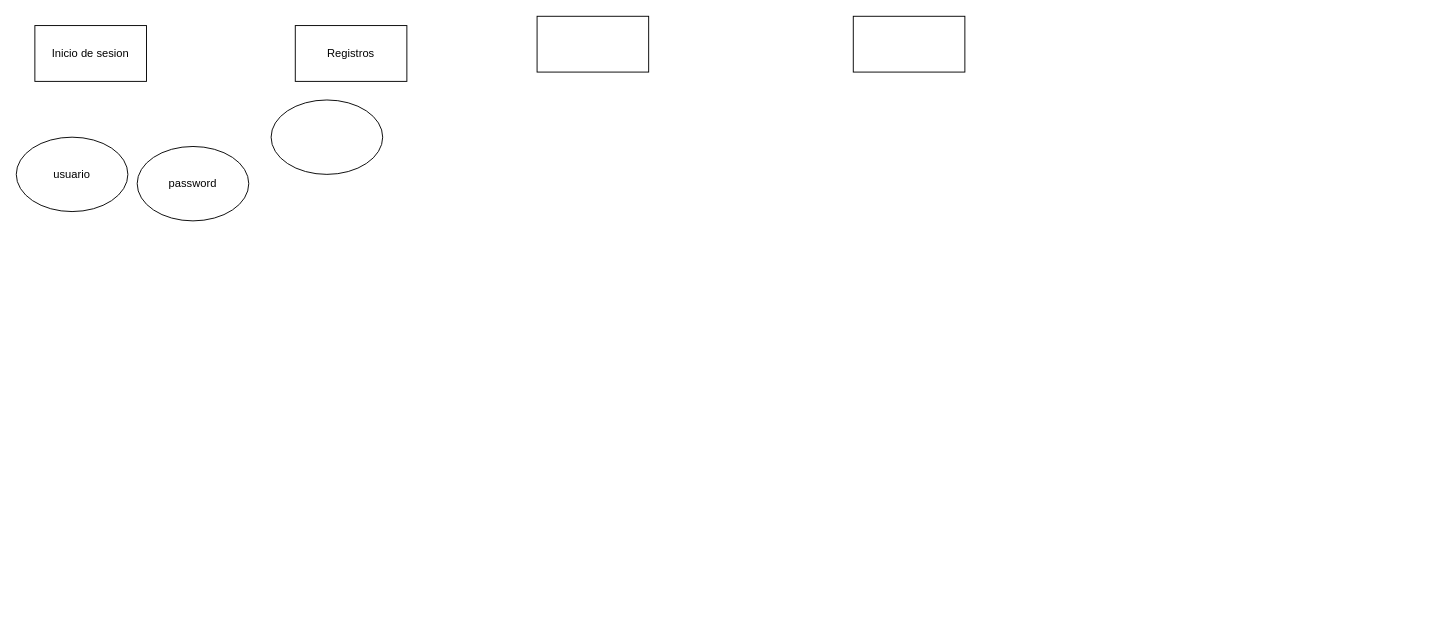
aliciagissell/Proyecto-Estad-as keeps this draw.io diagram as page "Página-1" (1 of 3) of ModeloUML.drawio. Above is the earlier version. Source tidied: cells renumbered, new cells numbered last; positions are measured from the earlier drawing's top-left corner, leaving out a move shared by most shapes. Both pictures are drawn from the tidied source at 93%, with x=0, y=0 at pixel (16, 16).
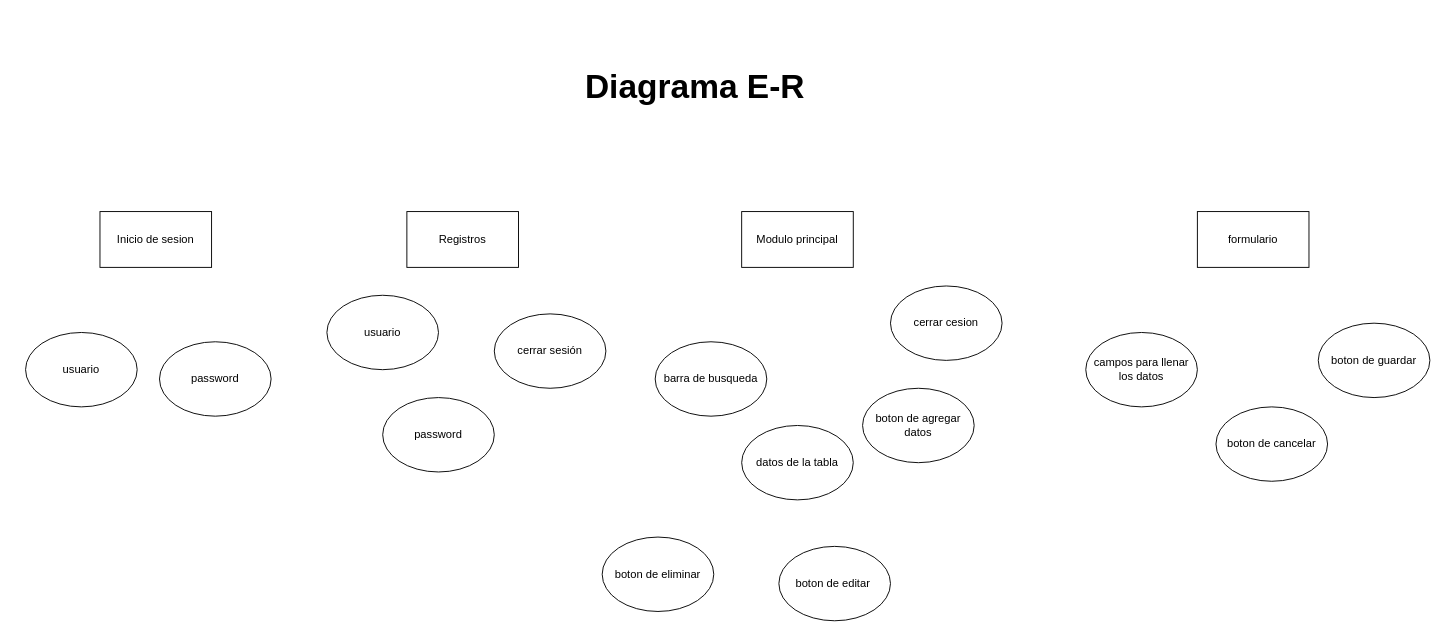
Above is the later version.

The edit, as a diff of the source:
```diff
@@
     <mxCell id="2" value="Inicio de sesion" style="rounded=0;whiteSpace=wrap;html=1;" parent="1" vertex="1">
-      <mxGeometry x="20" y="10" width="120" height="60" as="geometry" />
+      <mxGeometry x="90" y="210" width="120" height="60" as="geometry" />
     </mxCell>
     <mxCell id="3" value="Registros" style="rounded=0;whiteSpace=wrap;html=1;" parent="1" vertex="1">
-      <mxGeometry x="300" y="10" width="120" height="60" as="geometry" />
+      <mxGeometry x="420" y="210" width="120" height="60" as="geometry" />
     </mxCell>
-    <mxCell id="4" style="rounded=0;whiteSpace=wrap;html=1;" parent="1" vertex="1">
-      <mxGeometry x="560" width="120" height="60" as="geometry" />
+    <mxCell id="4" value="Modulo principal" style="rounded=0;whiteSpace=wrap;html=1;" parent="1" vertex="1">
+      <mxGeometry x="780" y="210" width="120" height="60" as="geometry" />
     </mxCell>
-    <mxCell id="5" style="rounded=0;whiteSpace=wrap;html=1;" parent="1" vertex="1">
-      <mxGeometry x="900" width="120" height="60" as="geometry" />
+    <mxCell id="5" value="formulario" style="rounded=0;whiteSpace=wrap;html=1;" parent="1" vertex="1">
+      <mxGeometry x="1270" y="210" width="120" height="60" as="geometry" />
     </mxCell>
     <mxCell id="6" value="usuario" style="ellipse;whiteSpace=wrap;html=1;" parent="1" vertex="1">
-      <mxGeometry y="130" width="120" height="80" as="geometry" />
+      <mxGeometry x="10" y="340" width="120" height="80" as="geometry" />
     </mxCell>
     <mxCell id="7" value="password" style="ellipse;whiteSpace=wrap;html=1;" parent="1" vertex="1">
-      <mxGeometry x="130" y="140" width="120" height="80" as="geometry" />
+      <mxGeometry x="154" y="350" width="120" height="80" as="geometry" />
     </mxCell>
-    <mxCell id="8" style="ellipse;whiteSpace=wrap;html=1;" parent="1" vertex="1">
-      <mxGeometry x="274" y="90" width="120" height="80" as="geometry" />
+    <mxCell id="8" value="usuario" style="ellipse;whiteSpace=wrap;html=1;" parent="1" vertex="1">
+      <mxGeometry x="334" y="300" width="120" height="80" as="geometry" />
     </mxCell>
+    <mxCell id="9" value="password" style="ellipse;whiteSpace=wrap;html=1;" parent="1" vertex="1">
+      <mxGeometry x="394" y="410" width="120" height="80" as="geometry" />
+    </mxCell>
+    <mxCell id="10" value="cerrar sesión" style="ellipse;whiteSpace=wrap;html=1;" parent="1" vertex="1">
+      <mxGeometry x="514" y="320" width="120" height="80" as="geometry" />
+    </mxCell>
+    <mxCell id="11" value="datos de la tabla" style="ellipse;whiteSpace=wrap;html=1;" parent="1" vertex="1">
+      <mxGeometry x="780" y="440" width="120" height="80" as="geometry" />
+    </mxCell>
+    <mxCell id="12" value="barra de busqueda" style="ellipse;whiteSpace=wrap;html=1;" parent="1" vertex="1">
+      <mxGeometry x="687" y="350" width="120" height="80" as="geometry" />
+    </mxCell>
+    <mxCell id="13" value="boton de agregar datos" style="ellipse;whiteSpace=wrap;html=1;" parent="1" vertex="1">
+      <mxGeometry x="910" y="400" width="120" height="80" as="geometry" />
+    </mxCell>
+    <mxCell id="14" value="cerrar cesion" style="ellipse;whiteSpace=wrap;html=1;" parent="1" vertex="1">
+      <mxGeometry x="940" y="290" width="120" height="80" as="geometry" />
+    </mxCell>
+    <mxCell id="15" value="boton de eliminar" style="ellipse;whiteSpace=wrap;html=1;" parent="1" vertex="1">
+      <mxGeometry x="630" y="560" width="120" height="80" as="geometry" />
+    </mxCell>
+    <mxCell id="16" value="boton de editar&amp;nbsp;" style="ellipse;whiteSpace=wrap;html=1;" parent="1" vertex="1">
+      <mxGeometry x="820" y="570" width="120" height="80" as="geometry" />
+    </mxCell>
+    <mxCell id="17" value="campos para llenar los datos" style="ellipse;whiteSpace=wrap;html=1;" parent="1" vertex="1">
+      <mxGeometry x="1150" y="340" width="120" height="80" as="geometry" />
+    </mxCell>
+    <mxCell id="18" value="boton de guardar" style="ellipse;whiteSpace=wrap;html=1;" parent="1" vertex="1">
+      <mxGeometry x="1400" y="330" width="120" height="80" as="geometry" />
+    </mxCell>
+    <mxCell id="19" value="boton de cancelar" style="ellipse;whiteSpace=wrap;html=1;" parent="1" vertex="1">
+      <mxGeometry x="1290" y="420" width="120" height="80" as="geometry" />
+    </mxCell>
+    <mxCell id="20" value="&lt;font style=&quot;font-size: 36px;&quot;&gt;&lt;b&gt;Diagrama E-R&lt;/b&gt;&lt;/font&gt;" style="text;html=1;align=center;verticalAlign=middle;whiteSpace=wrap;rounded=0;" parent="1" vertex="1">
+      <mxGeometry x="600" y="60" width="260" height="30" as="geometry" />
+    </mxCell>
```
